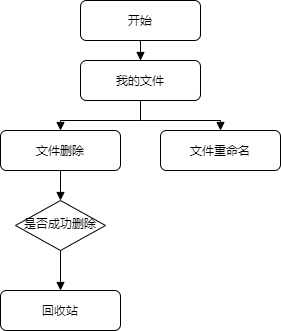
deepinsea/draw keeps this draw.io diagram as 文件管理流程图.png. Above is the earlier version. Source tidied: cells renumbered, new cells last; positions are measured from the earlier drawing's top-left corner, leaving out a move shared by most shapes.
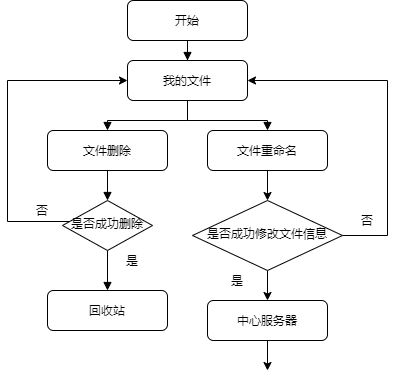
The same file after the commit.

Commit message:
更新文件管理流程图.png

What changed in the source:
```diff
@@ -8,9 +8,22 @@
     <mxCell id="3" style="edgeStyle=orthogonalEdgeStyle;rounded=0;jettySize=auto;html=1;entryX=0.5;entryY=0;entryDx=0;entryDy=0;endArrow=block;endFill=1;" parent="1" edge="1" source="4" target="5">
       <mxGeometry relative="1" as="geometry" />
     </mxCell>
+    <mxCell id="13" style="edgeStyle=orthogonalEdgeStyle;rounded=0;jettySize=auto;html=1;endArrow=none;endFill=0;startArrow=classic;startFill=1;" parent="1" edge="1" source="4">
+      <mxGeometry relative="1" as="geometry">
+        <mxPoint x="-40" y="80" as="targetPoint" />
+      </mxGeometry>
+    </mxCell>
+    <mxCell id="14" style="edgeStyle=orthogonalEdgeStyle;rounded=0;jettySize=auto;html=1;startArrow=classic;startFill=1;endArrow=none;endFill=0;" parent="1" edge="1" source="4">
+      <mxGeometry relative="1" as="geometry">
+        <mxPoint x="340" y="80" as="targetPoint" />
+      </mxGeometry>
+    </mxCell>
     <mxCell id="4" value="我的文件" style="rounded=1;whiteSpace=wrap;html=1;fontSize=12;glass=0;strokeWidth=1;shadow=0;" parent="1" vertex="1">
       <mxGeometry x="80" y="60" width="120" height="40" as="geometry" />
     </mxCell>
+    <mxCell id="15" style="edgeStyle=orthogonalEdgeStyle;rounded=0;jettySize=auto;html=1;entryX=0.5;entryY=0;entryDx=0;entryDy=0;startArrow=none;startFill=0;endArrow=classic;endFill=1;" parent="1" edge="1" source="5" target="21">
+      <mxGeometry relative="1" as="geometry" />
+    </mxCell>
     <mxCell id="5" value="文件重命名" style="rounded=1;whiteSpace=wrap;html=1;fontSize=12;glass=0;strokeWidth=1;shadow=0;" parent="1" vertex="1">
       <mxGeometry x="160" y="130" width="120" height="40" as="geometry" />
     </mxCell>
@@ -26,6 +39,11 @@
     <mxCell id="9" style="edgeStyle=orthogonalEdgeStyle;rounded=0;jettySize=auto;html=1;entryX=0.5;entryY=0;entryDx=0;entryDy=0;endArrow=block;endFill=1;" parent="1" edge="1" source="10" target="7">
       <mxGeometry relative="1" as="geometry" />
     </mxCell>
+    <mxCell id="16" style="edgeStyle=orthogonalEdgeStyle;rounded=0;jettySize=auto;html=1;endArrow=none;endFill=0;exitX=0.078;exitY=0.42;exitDx=0;exitDy=0;exitPerimeter=0;" parent="1" edge="1" source="7">
+      <mxGeometry relative="1" as="geometry">
+        <mxPoint x="-40" y="80" as="targetPoint" />
+      </mxGeometry>
+    </mxCell>
     <mxCell id="10" value="文件删除" style="rounded=1;whiteSpace=wrap;html=1;fontSize=12;glass=0;strokeWidth=1;shadow=0;" parent="1" vertex="1">
       <mxGeometry y="130" width="120" height="40" as="geometry" />
     </mxCell>
@@ -35,5 +53,36 @@
     <mxCell id="12" value="开始" style="rounded=1;whiteSpace=wrap;html=1;fontSize=12;glass=0;strokeWidth=1;shadow=0;" parent="1" vertex="1">
       <mxGeometry x="80" width="120" height="40" as="geometry" />
     </mxCell>
+    <mxCell id="17" value="是" style="text;html=1;strokeColor=none;fillColor=none;align=center;verticalAlign=middle;whiteSpace=wrap;rounded=0;" parent="1" vertex="1">
+      <mxGeometry x="65" y="250" width="40" height="20" as="geometry" />
+    </mxCell>
+    <mxCell id="18" value="否" style="text;html=1;strokeColor=none;fillColor=none;align=center;verticalAlign=middle;whiteSpace=wrap;rounded=0;" parent="1" vertex="1">
+      <mxGeometry x="-25" y="200" width="40" height="20" as="geometry" />
+    </mxCell>
+    <mxCell id="19" style="edgeStyle=orthogonalEdgeStyle;rounded=0;jettySize=auto;html=1;startArrow=none;startFill=0;endArrow=none;endFill=0;" parent="1" edge="1" source="21">
+      <mxGeometry relative="1" as="geometry">
+        <mxPoint x="340" y="80" as="targetPoint" />
+      </mxGeometry>
+    </mxCell>
+    <mxCell id="20" style="edgeStyle=orthogonalEdgeStyle;rounded=0;jettySize=auto;html=1;entryX=0.5;entryY=0;entryDx=0;entryDy=0;startArrow=none;startFill=0;endArrow=classic;endFill=1;" parent="1" edge="1" source="21" target="25">
+      <mxGeometry relative="1" as="geometry" />
+    </mxCell>
+    <mxCell id="21" value="是否成功修改文件信息" style="rhombus;whiteSpace=wrap;html=1;shadow=0;fontFamily=Helvetica;fontSize=12;align=center;strokeWidth=1;spacing=6;spacingTop=-4;" parent="1" vertex="1">
+      <mxGeometry x="145" y="200" width="150" height="70" as="geometry" />
+    </mxCell>
+    <mxCell id="22" value="否" style="text;html=1;strokeColor=none;fillColor=none;align=center;verticalAlign=middle;whiteSpace=wrap;rounded=0;" parent="1" vertex="1">
+      <mxGeometry x="300" y="210" width="40" height="20" as="geometry" />
+    </mxCell>
+    <mxCell id="23" value="是" style="text;html=1;strokeColor=none;fillColor=none;align=center;verticalAlign=middle;whiteSpace=wrap;rounded=0;" parent="1" vertex="1">
+      <mxGeometry x="170" y="270" width="40" height="20" as="geometry" />
+    </mxCell>
+    <mxCell id="24" style="edgeStyle=orthogonalEdgeStyle;rounded=0;jettySize=auto;html=1;startArrow=none;startFill=0;endArrow=classic;endFill=1;" parent="1" edge="1" source="25">
+      <mxGeometry relative="1" as="geometry">
+        <mxPoint x="220" y="370" as="targetPoint" />
+      </mxGeometry>
+    </mxCell>
+    <mxCell id="25" value="中心服务器" style="rounded=1;whiteSpace=wrap;html=1;fontSize=12;glass=0;strokeWidth=1;shadow=0;" parent="1" vertex="1">
+      <mxGeometry x="160" y="300" width="120" height="40" as="geometry" />
+    </mxCell>
   </root>
 </mxGraphModel>
```
